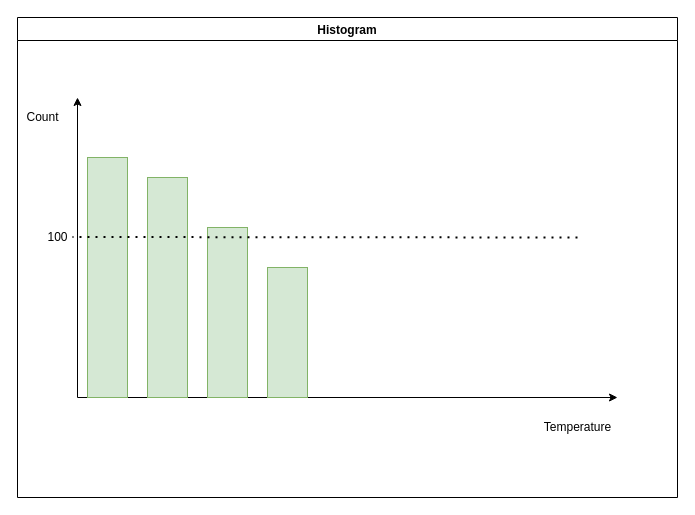
Before: HW #2/Untitled Diagram.drawio in BekA-012/ms_kbtu_dv, a draw.io diagram. Source tidied: cells renumbered, new cells numbered last; positions are measured from the earlier drawing's top-left corner, leaving out a move shared by most shapes. Both pictures are drawn from the tidied source at 100%, with x=0, y=0 at pixel (17, 17).
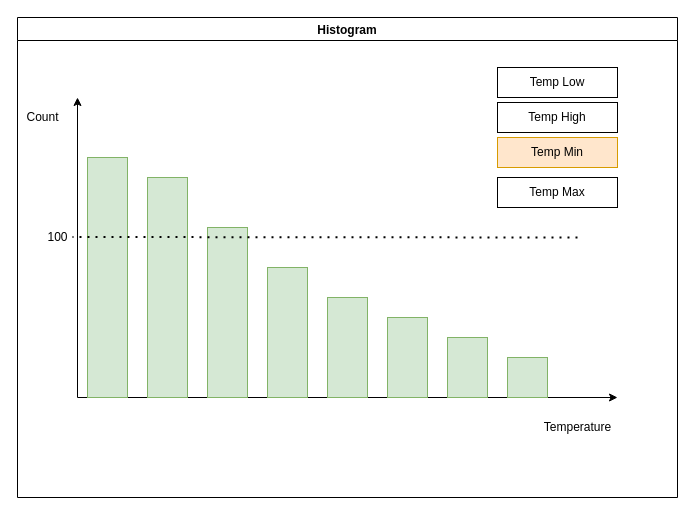
The same diagram, later.

Unchanged cells that the change refers to:
```xml
<mxCell id="2" value="Histogram" style="swimlane;" parent="1" vertex="1">
  <mxGeometry width="660" height="480" as="geometry" />
</mxCell>
```

Change to the diagram source:
```diff
@@
+    <mxCell id="13" value="Temp Low" style="rounded=0;whiteSpace=wrap;html=1;" parent="2" vertex="1">
+      <mxGeometry x="480" y="50" width="120" height="30" as="geometry" />
+    </mxCell>
+    <mxCell id="14" value="Temp High" style="rounded=0;whiteSpace=wrap;html=1;" parent="2" vertex="1">
+      <mxGeometry x="480" y="85" width="120" height="30" as="geometry" />
+    </mxCell>
+    <mxCell id="15" value="Temp Min" style="rounded=0;whiteSpace=wrap;html=1;fillColor=#ffe6cc;strokeColor=#d79b00;" parent="2" vertex="1">
+      <mxGeometry x="480" y="120" width="120" height="30" as="geometry" />
+    </mxCell>
+    <mxCell id="16" value="Temp Max" style="rounded=0;whiteSpace=wrap;html=1;" parent="2" vertex="1">
+      <mxGeometry x="480" y="160" width="120" height="30" as="geometry" />
+    </mxCell>
+    <mxCell id="17" style="rounded=0;whiteSpace=wrap;html=1;fillColor=#d5e8d4;strokeColor=#82b366;" parent="2" vertex="1">
+      <mxGeometry x="310" y="280" width="40" height="100" as="geometry" />
+    </mxCell>
+    <mxCell id="18" style="rounded=0;whiteSpace=wrap;html=1;fillColor=#d5e8d4;strokeColor=#82b366;" parent="2" vertex="1">
+      <mxGeometry x="370" y="300" width="40" height="80" as="geometry" />
+    </mxCell>
+    <mxCell id="19" style="rounded=0;whiteSpace=wrap;html=1;fillColor=#d5e8d4;strokeColor=#82b366;" parent="2" vertex="1">
+      <mxGeometry x="430" y="320" width="40" height="60" as="geometry" />
+    </mxCell>
+    <mxCell id="20" style="rounded=0;whiteSpace=wrap;html=1;fillColor=#d5e8d4;strokeColor=#82b366;" parent="2" vertex="1">
+      <mxGeometry x="490" y="340" width="40" height="40" as="geometry" />
+    </mxCell>
```
